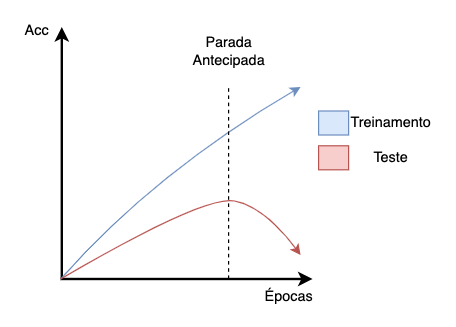
The draw.io diagram recursos/imagens/deep/early_stopping.png in Lucs1590/computer-science-masters-dissertation-unesp, before a commit. Source tidied: cells renumbered, new cells last; positions are measured from the earlier drawing's top-left corner, leaving out a move shared by most shapes.
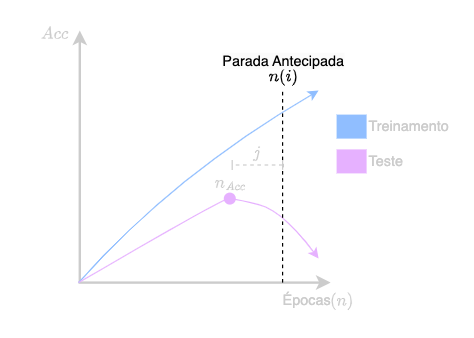
Later version of the same file.

Change to the diagram source:
```diff
@@ -2,25 +2,25 @@
   <root>
     <mxCell id="0" />
     <mxCell id="1" parent="0" />
-    <mxCell id="2" style="endArrow=classic;html=1;rounded=0;strokeWidth=2;" parent="1" edge="1">
+    <mxCell id="2" style="endArrow=classic;html=1;rounded=0;strokeWidth=2;strokeColor=#CCCCCC;" parent="1" edge="1">
       <mxGeometry relative="1" as="geometry">
         <mxPoint x="41" y="222" as="sourcePoint" />
         <mxPoint x="41" y="12" as="targetPoint" />
       </mxGeometry>
     </mxCell>
-    <mxCell id="3" style="endArrow=classic;html=1;rounded=0;strokeWidth=2;" parent="1" edge="1">
+    <mxCell id="3" style="endArrow=classic;html=1;rounded=0;strokeWidth=2;strokeColor=#CCCCCC;" parent="1" edge="1">
       <mxGeometry relative="1" as="geometry">
         <mxPoint x="40" y="222" as="sourcePoint" />
         <mxPoint x="250" y="222" as="targetPoint" />
       </mxGeometry>
     </mxCell>
-    <mxCell id="4" value="Épocas" style="text;html=1;align=center;verticalAlign=middle;strokeColor=none;fillColor=none;" parent="1" vertex="1">
+    <mxCell id="4" value="Épocas" style="text;html=1;align=center;verticalAlign=middle;strokeColor=none;fillColor=none;fontColor=#CCCCCC;" parent="1" vertex="1">
       <mxGeometry x="200" y="222" width="60" height="30" as="geometry" />
     </mxCell>
-    <mxCell id="5" value="Acc" style="text;html=1;align=center;verticalAlign=middle;strokeColor=none;fillColor=none;" parent="1" vertex="1">
-      <mxGeometry width="40" height="30" as="geometry" />
+    <mxCell id="5" value="$$Acc$$" style="text;html=1;align=center;verticalAlign=middle;strokeColor=none;fillColor=none;fontColor=#CCCCCC;" parent="1" vertex="1">
+      <mxGeometry x="-15" width="70" height="30" as="geometry" />
     </mxCell>
-    <mxCell id="6" style="curved=1;endArrow=classic;html=1;rounded=0;fillColor=#dae8fc;strokeColor=#6c8ebf;" parent="1" edge="1">
+    <mxCell id="6" style="curved=1;endArrow=classic;html=1;rounded=0;fillColor=#dae8fc;strokeColor=#90BEFF;" parent="1" edge="1">
       <mxGeometry relative="1" as="geometry">
         <mxPoint x="40" y="222" as="sourcePoint" />
         <mxPoint x="240" y="62" as="targetPoint" />
@@ -29,36 +29,58 @@
         </Array>
       </mxGeometry>
     </mxCell>
-    <mxCell id="7" style="curved=1;endArrow=classic;html=1;rounded=0;fillColor=#f8cecc;strokeColor=#b85450;" parent="1" edge="1">
+    <mxCell id="7" style="curved=1;endArrow=classic;html=1;rounded=0;fillColor=#e1d5e7;strokeColor=#E6B1FF;" parent="1" edge="1">
       <mxGeometry relative="1" as="geometry">
         <mxPoint x="40" y="222" as="sourcePoint" />
         <mxPoint x="240" y="202" as="targetPoint" />
         <Array as="points">
           <mxPoint x="160" y="152" />
+          <mxPoint x="170" y="152" />
           <mxPoint x="210" y="162" />
         </Array>
       </mxGeometry>
     </mxCell>
-    <mxCell id="8" style="endArrow=none;dashed=1;html=1;rounded=0;" parent="1" edge="1">
+    <mxCell id="8" style="endArrow=none;dashed=1;html=1;rounded=0;fillColor=#f8cecc;strokeColor=#000000;fontColor=#000000;" parent="1" edge="1">
       <mxGeometry relative="1" as="geometry">
-        <mxPoint x="180" y="222" as="sourcePoint" />
-        <mxPoint x="180" y="62" as="targetPoint" />
+        <mxPoint x="210" y="222" as="sourcePoint" />
+        <mxPoint x="210" y="62" as="targetPoint" />
       </mxGeometry>
     </mxCell>
-    <mxCell id="9" value="Parada&lt;br&gt;Antecipada" style="text;html=1;align=center;verticalAlign=middle;strokeColor=none;fillColor=none;" parent="1" vertex="1">
-      <mxGeometry x="140" y="12" width="80" height="40" as="geometry" />
+    <mxCell id="9" value="$$n(i)$$" style="text;html=1;align=center;verticalAlign=middle;strokeColor=none;fillColor=none;fontColor=#000000;" parent="1" vertex="1">
+      <mxGeometry x="176" y="35" width="70" height="30" as="geometry" />
     </mxCell>
-    <mxCell id="10" style="rounded=0;whiteSpace=wrap;html=1;fillColor=#dae8fc;strokeColor=#6c8ebf;" parent="1" vertex="1">
+    <mxCell id="10" style="rounded=0;whiteSpace=wrap;html=1;fillColor=#90BEFF;strokeColor=none;" parent="1" vertex="1">
       <mxGeometry x="255" y="82" width="25" height="20" as="geometry" />
     </mxCell>
-    <mxCell id="11" value="Treinamento" style="text;html=1;align=center;verticalAlign=middle;strokeColor=none;fillColor=none;" parent="1" vertex="1">
+    <mxCell id="11" value="Treinamento" style="text;html=1;align=center;verticalAlign=middle;strokeColor=none;fillColor=none;fontColor=#CCCCCC;" parent="1" vertex="1">
       <mxGeometry x="270" y="77" width="90" height="30" as="geometry" />
     </mxCell>
-    <mxCell id="12" style="rounded=0;whiteSpace=wrap;html=1;fillColor=#f8cecc;strokeColor=#b85450;" parent="1" vertex="1">
+    <mxCell id="12" style="rounded=0;whiteSpace=wrap;html=1;fillColor=#E6B1FF;strokeColor=none;" parent="1" vertex="1">
       <mxGeometry x="255" y="111" width="25" height="20" as="geometry" />
     </mxCell>
-    <mxCell id="13" value="Teste" style="text;html=1;align=center;verticalAlign=middle;strokeColor=none;fillColor=none;" parent="1" vertex="1">
-      <mxGeometry x="290" y="106" width="50" height="30" as="geometry" />
+    <mxCell id="13" value="Teste" style="text;html=1;align=center;verticalAlign=middle;strokeColor=none;fillColor=none;fontColor=#CCCCCC;" parent="1" vertex="1">
+      <mxGeometry x="271.1" y="106" width="50" height="30" as="geometry" />
     </mxCell>
+    <mxCell id="14" value="$$(n)$$" style="text;html=1;strokeColor=none;fillColor=none;align=center;verticalAlign=middle;whiteSpace=wrap;rounded=0;fontColor=#CCCCCC;" parent="1" vertex="1">
+      <mxGeometry x="230" y="222" width="60" height="30" as="geometry" />
+    </mxCell>
+    <mxCell id="15" value="$$n_{Acc}$$" style="text;html=1;align=center;verticalAlign=middle;strokeColor=none;fillColor=none;fontColor=#CCCCCC;" parent="1" vertex="1">
+      <mxGeometry x="120.6" y="124" width="90" height="30" as="geometry" />
+    </mxCell>
+    <mxCell id="16" style="ellipse;whiteSpace=wrap;html=1;fillColor=#E6B1FF;strokeColor=none;" parent="1" vertex="1">
+      <mxGeometry x="161" y="147" width="10" height="10" as="geometry" />
+    </mxCell>
+    <mxCell id="17" value="$$j$$" style="text;html=1;align=center;verticalAlign=middle;strokeColor=none;fillColor=none;fontColor=#CCCCCC;" parent="1" vertex="1">
+      <mxGeometry x="163" y="99" width="50" height="30" as="geometry" />
+    </mxCell>
+    <mxCell id="18" style="endArrow=baseDash;dashed=1;html=1;rounded=0;fillColor=#f8cecc;strokeColor=#CCCCCC;fontColor=#000000;startArrow=baseDash;startFill=0;endFill=0;" parent="1" edge="1">
+      <mxGeometry relative="1" as="geometry">
+        <mxPoint x="210" y="124" as="sourcePoint" />
+        <mxPoint x="168" y="124" as="targetPoint" />
+      </mxGeometry>
+    </mxCell>
+    <mxCell id="19" value="&lt;span style=&quot;color: rgb(0, 0, 0); font-family: Helvetica; font-size: 12px; font-style: normal; font-variant-ligatures: normal; font-variant-caps: normal; font-weight: 400; letter-spacing: normal; orphans: 2; text-indent: 0px; text-transform: none; widows: 2; word-spacing: 0px; -webkit-text-stroke-width: 0px; background-color: rgb(251, 251, 251); text-decoration-thickness: initial; text-decoration-style: initial; text-decoration-color: initial; float: none; display: inline !important;&quot;&gt;Parada Antecipada&lt;/span&gt;" style="text;whiteSpace=wrap;html=1;align=center;" parent="1" vertex="1">
+      <mxGeometry x="146" y="24" width="130" height="40" as="geometry" />
+    </mxCell>
   </root>
 </mxGraphModel>
```
